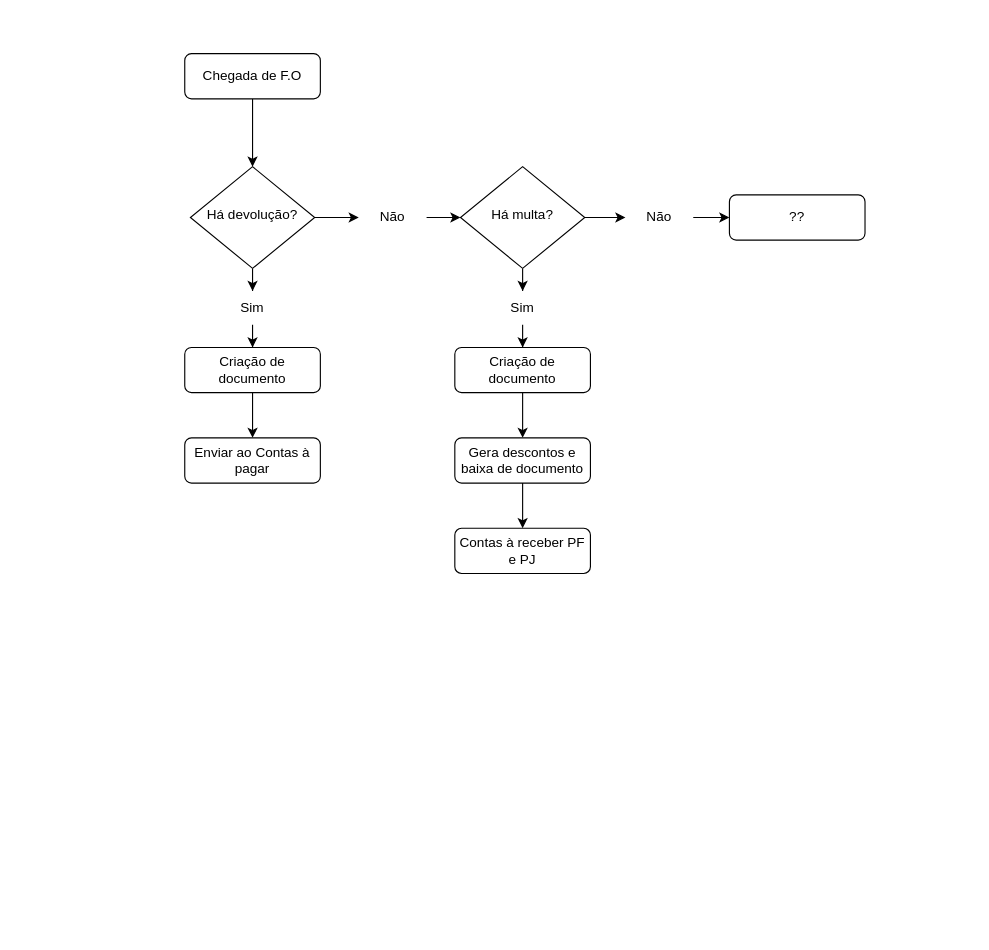
Earlier version of the draw.io diagram portfolio/fluxo financeiro.drawio (OLuizArruda/alura). Source tidied: cells renumbered, new cells numbered last; positions are measured from the earlier drawing's top-left corner, leaving out a move shared by most shapes. Both pictures are drawn from the tidied source at 113%, with x=0, y=0 at pixel (184, 53).
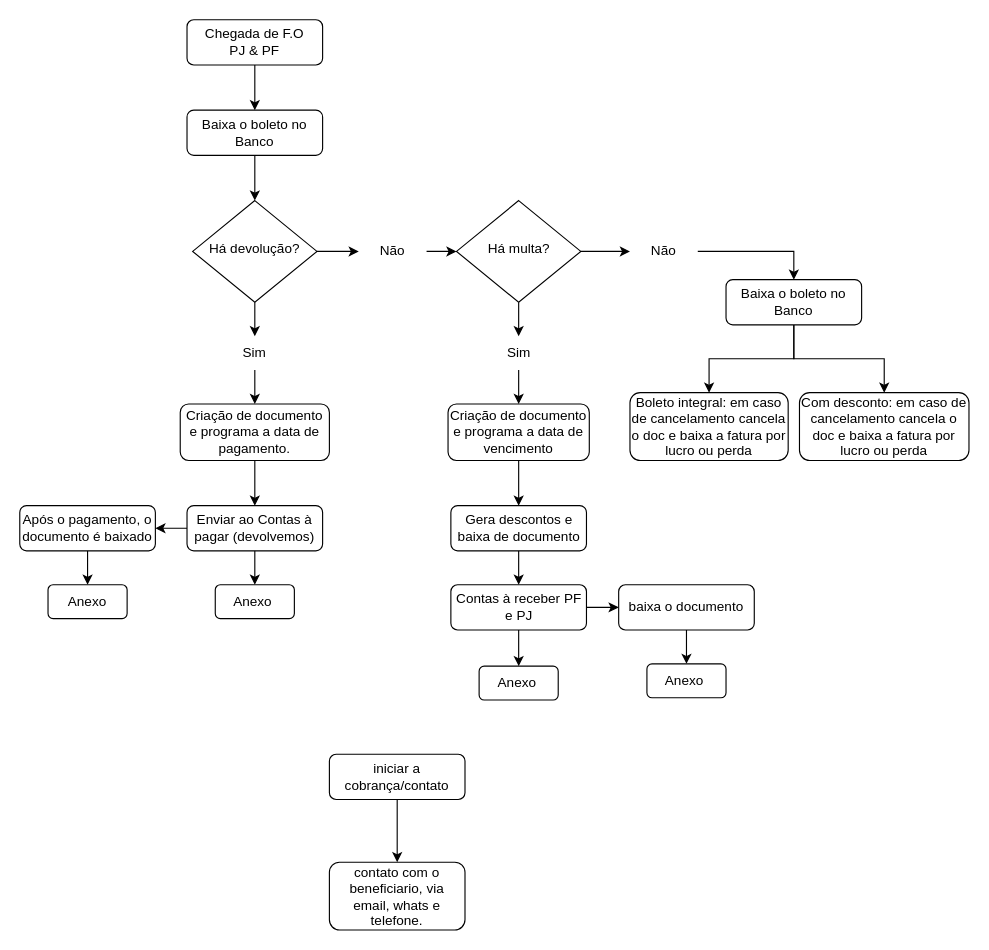
After the change.

What changed in the source:
```diff
@@
-    <mxCell id="2" style="edgeStyle=orthogonalEdgeStyle;rounded=0;jettySize=auto;html=1;" parent="1" edge="1" source="3" target="6">
-      <mxGeometry relative="1" as="geometry" />
-    </mxCell>
+    <mxCell id="27" style="edgeStyle=orthogonalEdgeStyle;rounded=0;jettySize=auto;html=1;" parent="1" edge="1" source="3" target="35">
+      <mxGeometry relative="1" as="geometry" />
+    </mxCell>
-    <mxCell id="3" value="Chegada de F.O" style="rounded=1;whiteSpace=wrap;html=1;fontSize=12;glass=0;strokeWidth=1;shadow=0;" parent="1" vertex="1">
-      <mxGeometry width="120" height="40" as="geometry" />
+    <mxCell id="3" value="Chegada de F.O &lt;br&gt;PJ &amp;amp; PF" style="rounded=1;whiteSpace=wrap;html=1;fontSize=12;glass=0;strokeWidth=1;shadow=0;" parent="1" vertex="1">
+      <mxGeometry x="2" y="-30" width="120" height="40" as="geometry" />
     </mxCell>
@@
     <mxCell id="6" value="Há devolução?" style="rhombus;whiteSpace=wrap;html=1;shadow=0;fontFamily=Helvetica;fontSize=12;align=center;strokeWidth=1;spacing=6;spacingTop=-4;" parent="1" vertex="1">
-      <mxGeometry x="5" y="100" width="110" height="90" as="geometry" />
+      <mxGeometry x="7" y="130" width="110" height="90" as="geometry" />
     </mxCell>
+    <mxCell id="28" style="edgeStyle=orthogonalEdgeStyle;rounded=0;jettySize=auto;html=1;" parent="1" edge="1" source="7" target="41">
+      <mxGeometry relative="1" as="geometry" />
+    </mxCell>
-    <mxCell id="7" value="??" style="rounded=1;whiteSpace=wrap;html=1;fontSize=12;glass=0;strokeWidth=1;shadow=0;" parent="1" vertex="1">
-      <mxGeometry x="482" y="125" width="120" height="40" as="geometry" />
+    <mxCell id="7" value="iniciar a cobrança/contato" style="rounded=1;whiteSpace=wrap;html=1;fontSize=12;glass=0;strokeWidth=1;shadow=0;" parent="1" vertex="1">
+      <mxGeometry x="128" y="620" width="120" height="40" as="geometry" />
     </mxCell>
+    <mxCell id="29" style="edgeStyle=orthogonalEdgeStyle;rounded=0;jettySize=auto;html=1;" parent="1" edge="1" source="8" target="42">
+      <mxGeometry relative="1" as="geometry" />
+    </mxCell>
+    <mxCell id="30" style="edgeStyle=orthogonalEdgeStyle;rounded=0;jettySize=auto;html=1;" parent="1" edge="1" source="8" target="44">
+      <mxGeometry relative="1" as="geometry" />
+    </mxCell>
-    <mxCell id="8" value="Enviar ao Contas à pagar" style="rounded=1;whiteSpace=wrap;html=1;fontSize=12;glass=0;strokeWidth=1;shadow=0;" parent="1" vertex="1">
-      <mxGeometry y="340" width="120" height="40" as="geometry" />
+    <mxCell id="8" value="Enviar ao Contas à pagar (devolvemos)" style="rounded=1;whiteSpace=wrap;html=1;fontSize=12;glass=0;strokeWidth=1;shadow=0;" parent="1" vertex="1">
+      <mxGeometry x="2" y="400" width="120" height="40" as="geometry" />
     </mxCell>
@@
-    <mxCell id="10" value="Criação de documento" style="rounded=1;whiteSpace=wrap;html=1;fontSize=12;glass=0;strokeWidth=1;shadow=0;" parent="1" vertex="1">
-      <mxGeometry y="260" width="120" height="40" as="geometry" />
+    <mxCell id="10" value="Criação de documento e programa a data de pagamento." style="rounded=1;whiteSpace=wrap;html=1;fontSize=12;glass=0;strokeWidth=1;shadow=0;" parent="1" vertex="1">
+      <mxGeometry x="-4" y="310" width="132" height="50" as="geometry" />
     </mxCell>
@@
     <mxCell id="12" value="Sim" style="text;html=1;strokeColor=none;fillColor=none;align=center;verticalAlign=middle;whiteSpace=wrap;rounded=0;" parent="1" vertex="1">
-      <mxGeometry x="30" y="210" width="60" height="30" as="geometry" />
+      <mxGeometry x="32" y="250" width="60" height="30" as="geometry" />
     </mxCell>
@@
     <mxCell id="14" value="Não" style="text;html=1;strokeColor=none;fillColor=none;align=center;verticalAlign=middle;whiteSpace=wrap;rounded=0;" parent="1" vertex="1">
-      <mxGeometry x="154" y="130" width="60" height="30" as="geometry" />
+      <mxGeometry x="154" y="160" width="60" height="30" as="geometry" />
     </mxCell>
@@
     <mxCell id="17" value="Há multa?" style="rhombus;whiteSpace=wrap;html=1;shadow=0;fontFamily=Helvetica;fontSize=12;align=center;strokeWidth=1;spacing=6;spacingTop=-4;" parent="1" vertex="1">
-      <mxGeometry x="244" y="100" width="110" height="90" as="geometry" />
+      <mxGeometry x="240.5" y="130" width="110" height="90" as="geometry" />
     </mxCell>
@@
-    <mxCell id="19" value="Criação de documento" style="rounded=1;whiteSpace=wrap;html=1;fontSize=12;glass=0;strokeWidth=1;shadow=0;" parent="1" vertex="1">
-      <mxGeometry x="239" y="260" width="120" height="40" as="geometry" />
+    <mxCell id="19" value="Criação de documento e programa a data de vencimento" style="rounded=1;whiteSpace=wrap;html=1;fontSize=12;glass=0;strokeWidth=1;shadow=0;" parent="1" vertex="1">
+      <mxGeometry x="233" y="310" width="125" height="50" as="geometry" />
     </mxCell>
-    <mxCell id="20" style="edgeStyle=orthogonalEdgeStyle;rounded=0;jettySize=auto;html=1;" parent="1" edge="1" source="21" target="7">
-      <mxGeometry relative="1" as="geometry" />
-    </mxCell>
+    <mxCell id="31" style="edgeStyle=orthogonalEdgeStyle;rounded=0;jettySize=auto;html=1;" parent="1" edge="1" source="21" target="38">
+      <mxGeometry relative="1" as="geometry" />
+    </mxCell>
     <mxCell id="21" value="Não" style="text;html=1;strokeColor=none;fillColor=none;align=center;verticalAlign=middle;whiteSpace=wrap;rounded=0;" parent="1" vertex="1">
-      <mxGeometry x="390" y="130" width="60" height="30" as="geometry" />
+      <mxGeometry x="394" y="160" width="60" height="30" as="geometry" />
     </mxCell>
@@
     <mxCell id="23" value="Gera descontos e baixa de documento" style="rounded=1;whiteSpace=wrap;html=1;fontSize=12;glass=0;strokeWidth=1;shadow=0;" parent="1" vertex="1">
-      <mxGeometry x="239" y="340" width="120" height="40" as="geometry" />
+      <mxGeometry x="235.5" y="400" width="120" height="40" as="geometry" />
     </mxCell>
+    <mxCell id="32" style="edgeStyle=orthogonalEdgeStyle;rounded=0;jettySize=auto;html=1;" parent="1" edge="1" source="26" target="46">
+      <mxGeometry relative="1" as="geometry" />
+    </mxCell>
+    <mxCell id="33" style="edgeStyle=orthogonalEdgeStyle;rounded=0;jettySize=auto;html=1;" parent="1" edge="1" source="26" target="48">
+      <mxGeometry relative="1" as="geometry" />
+    </mxCell>
+    <mxCell id="26" value="Contas à receber PF e PJ" style="rounded=1;whiteSpace=wrap;html=1;fontSize=12;glass=0;strokeWidth=1;shadow=0;" parent="1" vertex="1">
+      <mxGeometry x="235.5" y="470" width="120" height="40" as="geometry" />
+    </mxCell>
+    <mxCell id="34" style="edgeStyle=orthogonalEdgeStyle;rounded=0;jettySize=auto;html=1;" parent="1" edge="1" source="35" target="6">
+      <mxGeometry relative="1" as="geometry" />
+    </mxCell>
+    <mxCell id="35" value="Baixa o boleto no Banco" style="rounded=1;whiteSpace=wrap;html=1;fontSize=12;glass=0;strokeWidth=1;shadow=0;" parent="1" vertex="1">
+      <mxGeometry x="2" y="50" width="120" height="40" as="geometry" />
+    </mxCell>
+    <mxCell id="36" style="edgeStyle=orthogonalEdgeStyle;rounded=0;jettySize=auto;html=1;" parent="1" edge="1" source="38" target="40">
+      <mxGeometry relative="1" as="geometry" />
+    </mxCell>
+    <mxCell id="37" style="edgeStyle=orthogonalEdgeStyle;rounded=0;jettySize=auto;html=1;" parent="1" edge="1" source="38" target="39">
+      <mxGeometry relative="1" as="geometry" />
+    </mxCell>
+    <mxCell id="38" value="Baixa o boleto no Banco" style="rounded=1;whiteSpace=wrap;html=1;fontSize=12;glass=0;strokeWidth=1;shadow=0;" parent="1" vertex="1">
+      <mxGeometry x="479" y="200" width="120" height="40" as="geometry" />
+    </mxCell>
+    <mxCell id="39" value="Boleto integral: em caso de cancelamento cancela o doc e baixa a fatura por lucro ou perda" style="rounded=1;whiteSpace=wrap;html=1;fontSize=12;glass=0;strokeWidth=1;shadow=0;" parent="1" vertex="1">
+      <mxGeometry x="394" y="300" width="140" height="60" as="geometry" />
+    </mxCell>
+    <mxCell id="40" value="Com desconto: em caso de cancelamento cancela o doc e baixa a fatura por lucro ou perda" style="rounded=1;whiteSpace=wrap;html=1;fontSize=12;glass=0;strokeWidth=1;shadow=0;" parent="1" vertex="1">
+      <mxGeometry x="544" y="300" width="150" height="60" as="geometry" />
+    </mxCell>
+    <mxCell id="41" value="contato com o beneficiario, via email, whats e telefone." style="rounded=1;whiteSpace=wrap;html=1;glass=0;strokeWidth=1;shadow=0;" parent="1" vertex="1">
+      <mxGeometry x="128" y="715.5" width="120" height="60" as="geometry" />
+    </mxCell>
+    <mxCell id="42" value="Anexo&amp;nbsp;" style="rounded=1;whiteSpace=wrap;html=1;fontSize=12;glass=0;strokeWidth=1;shadow=0;" parent="1" vertex="1">
+      <mxGeometry x="27" y="470" width="70" height="30" as="geometry" />
+    </mxCell>
+    <mxCell id="43" style="edgeStyle=orthogonalEdgeStyle;rounded=0;jettySize=auto;html=1;" parent="1" edge="1" source="44" target="47">
+      <mxGeometry relative="1" as="geometry" />
+    </mxCell>
+    <mxCell id="44" value="Após o pagamento, o documento é baixado" style="whiteSpace=wrap;html=1;rounded=1;glass=0;strokeWidth=1;shadow=0;" parent="1" vertex="1">
+      <mxGeometry x="-146" y="400" width="120" height="40" as="geometry" />
+    </mxCell>
+    <mxCell id="45" style="edgeStyle=orthogonalEdgeStyle;rounded=0;jettySize=auto;html=1;" parent="1" edge="1" source="46" target="49">
+      <mxGeometry relative="1" as="geometry" />
+    </mxCell>
+    <mxCell id="46" value="baixa o documento" style="rounded=1;whiteSpace=wrap;html=1;fontSize=12;glass=0;strokeWidth=1;shadow=0;" parent="1" vertex="1">
+      <mxGeometry x="384" y="470" width="120" height="40" as="geometry" />
+    </mxCell>
+    <mxCell id="47" value="Anexo" style="whiteSpace=wrap;html=1;rounded=1;glass=0;strokeWidth=1;shadow=0;" parent="1" vertex="1">
+      <mxGeometry x="-121" y="470" width="70" height="30" as="geometry" />
+    </mxCell>
@@
     <mxCell id="25" value="Sim" style="text;html=1;strokeColor=none;fillColor=none;align=center;verticalAlign=middle;whiteSpace=wrap;rounded=0;" parent="1" vertex="1">
-      <mxGeometry x="269" y="210" width="60" height="30" as="geometry" />
+      <mxGeometry x="265.5" y="250" width="60" height="30" as="geometry" />
     </mxCell>
-    <mxCell id="26" value="Contas à receber PF e PJ" style="rounded=1;whiteSpace=wrap;html=1;fontSize=12;glass=0;strokeWidth=1;shadow=0;" parent="1" vertex="1">
-      <mxGeometry x="239" y="420" width="120" height="40" as="geometry" />
-    </mxCell>
+    <mxCell id="48" value="Anexo&amp;nbsp;" style="rounded=1;whiteSpace=wrap;html=1;fontSize=12;glass=0;strokeWidth=1;shadow=0;" parent="1" vertex="1">
+      <mxGeometry x="260.5" y="542" width="70" height="30" as="geometry" />
+    </mxCell>
+    <mxCell id="49" value="Anexo&amp;nbsp;" style="rounded=1;whiteSpace=wrap;html=1;fontSize=12;glass=0;strokeWidth=1;shadow=0;" parent="1" vertex="1">
+      <mxGeometry x="409" y="540" width="70" height="30" as="geometry" />
+    </mxCell>
```
